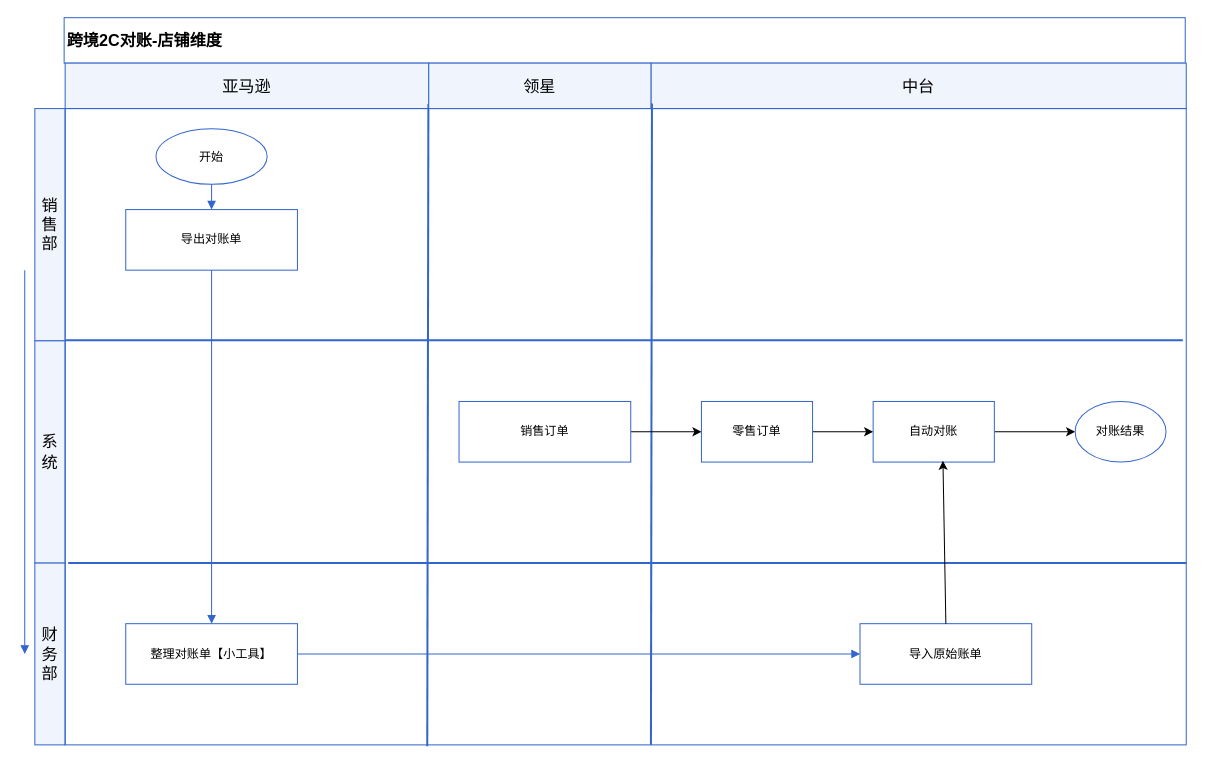
This is 跨境2C对账流程图.drawio from tangjunbin/assets_gh_manager, a draw.io file, before an edit. Source tidied: cells renumbered, new cells numbered last; positions are measured from the earlier drawing's top-left corner, leaving out a move shared by most shapes. Both pictures are drawn from the tidied source at 101%, with x=0, y=0 at pixel (24, 17).
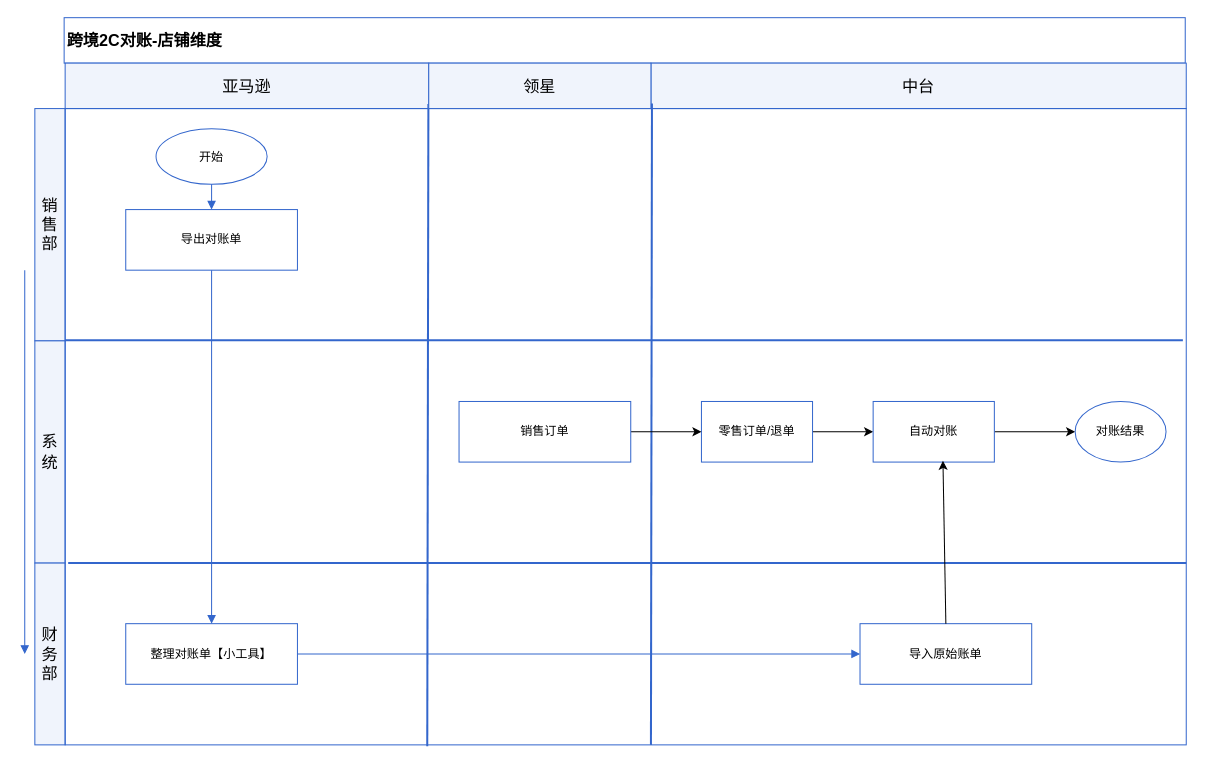
Above is the later version.

Commit message:
更新跨境2C对账流程图.drawio

What changed in the source:
```diff
@@
-    <mxCell id="18" value="零售订单" style="rounded=0;whiteSpace=wrap;html=1;strokeColor=#3366cc;fillColor=#ffffff;align=center;" parent="1" vertex="1">
+    <mxCell id="18" value="零售订单/退单" style="rounded=0;whiteSpace=wrap;html=1;strokeColor=#3366cc;fillColor=#ffffff;align=center;" parent="1" vertex="1">
       <mxGeometry x="670" y="380" width="110" height="60" as="geometry" />
     </mxCell>
```
